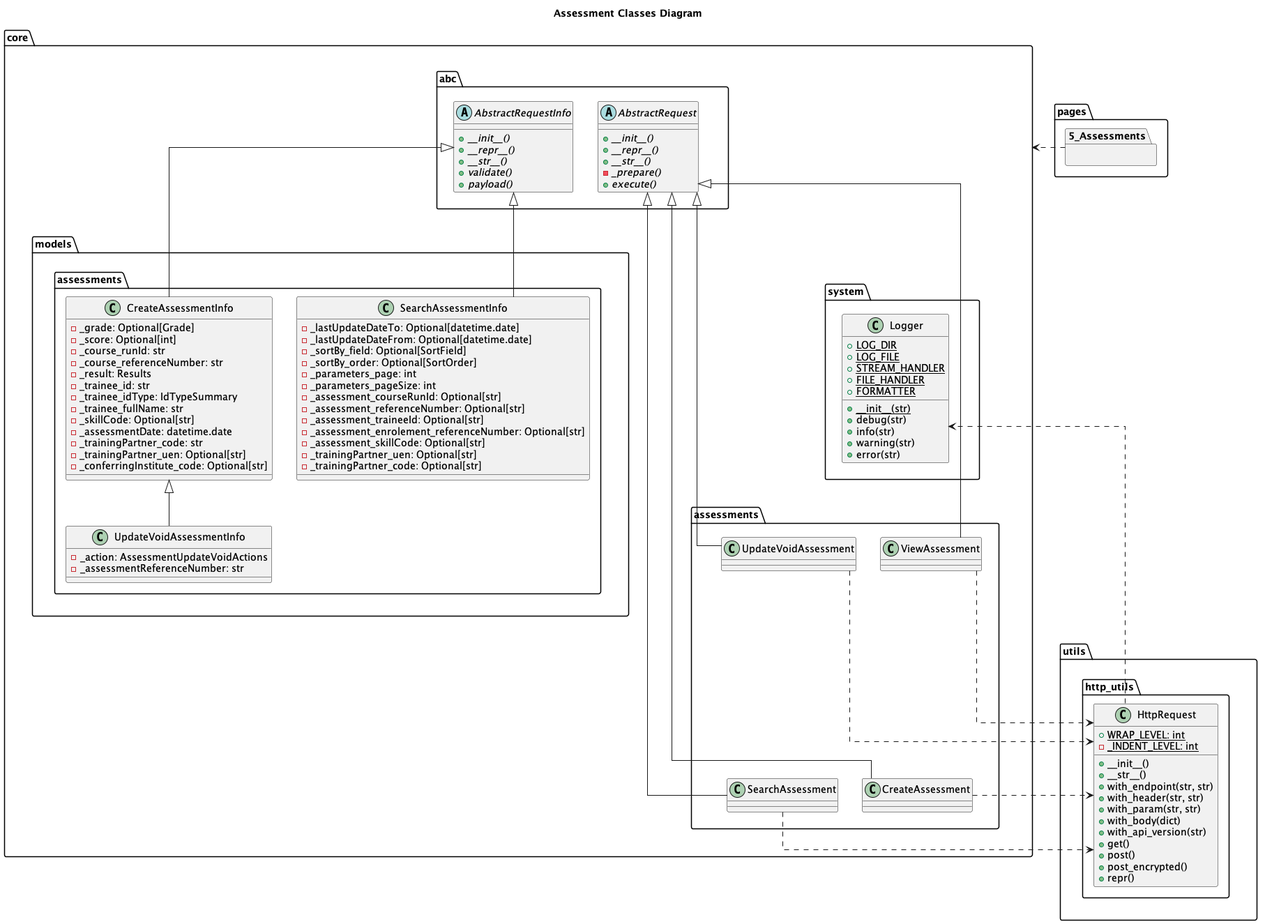
ssg-wsg/Sample-Codes keeps this PlantUML diagram as SSG-API-Testing-Application-v2/docs/assets/developer-guide/classes/core/AssessmentClassesDiagram-Assessment_Classes_Diagram.png. Above is the earlier version.
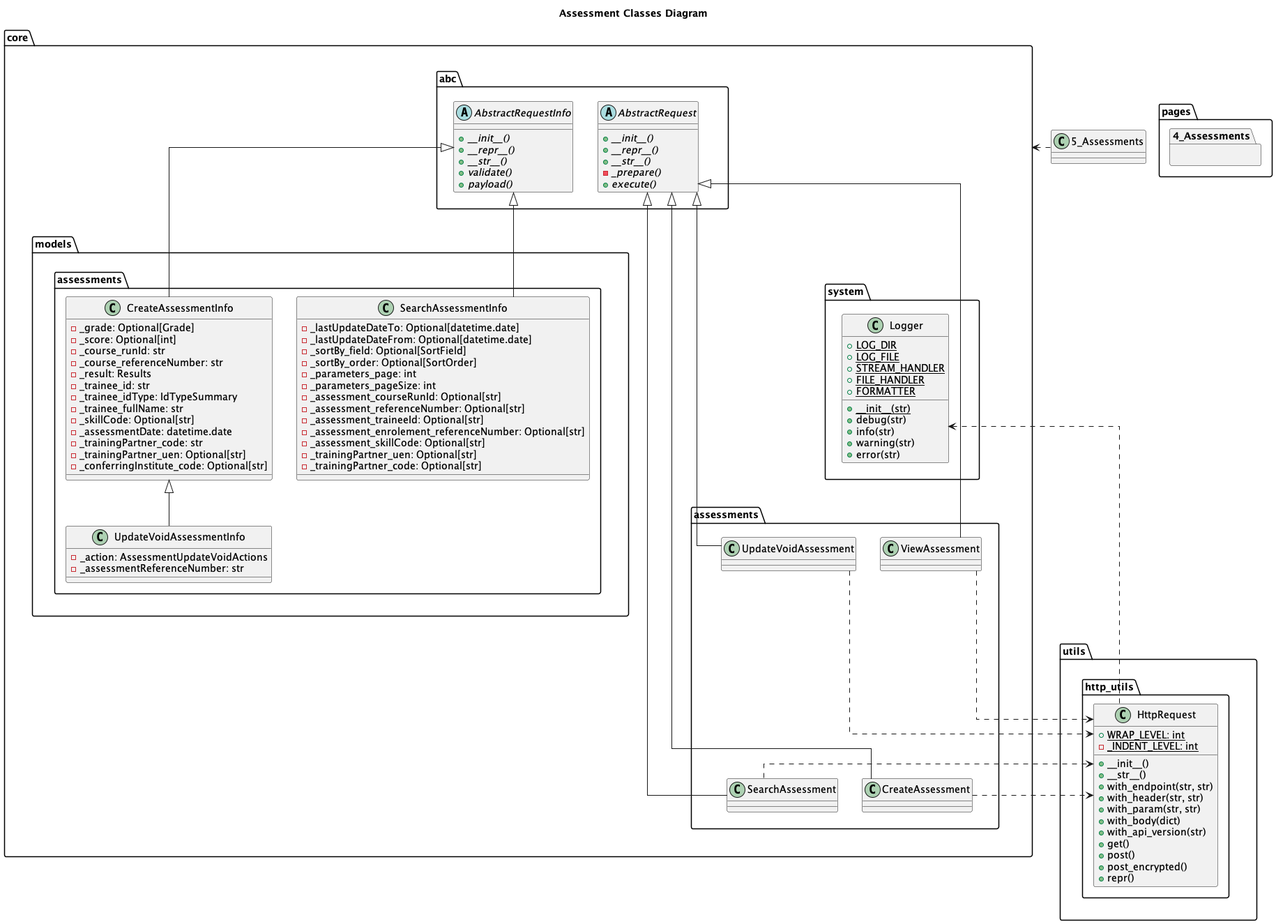
Later version of the same file.

The edit, as a diff of the source:
```diff
@@ -5,7 +5,7 @@
 title Assessment Classes Diagram
 
 package pages {
-    package 5_Assessments {
+    package 4_Assessments {
 
     }
 }
```
